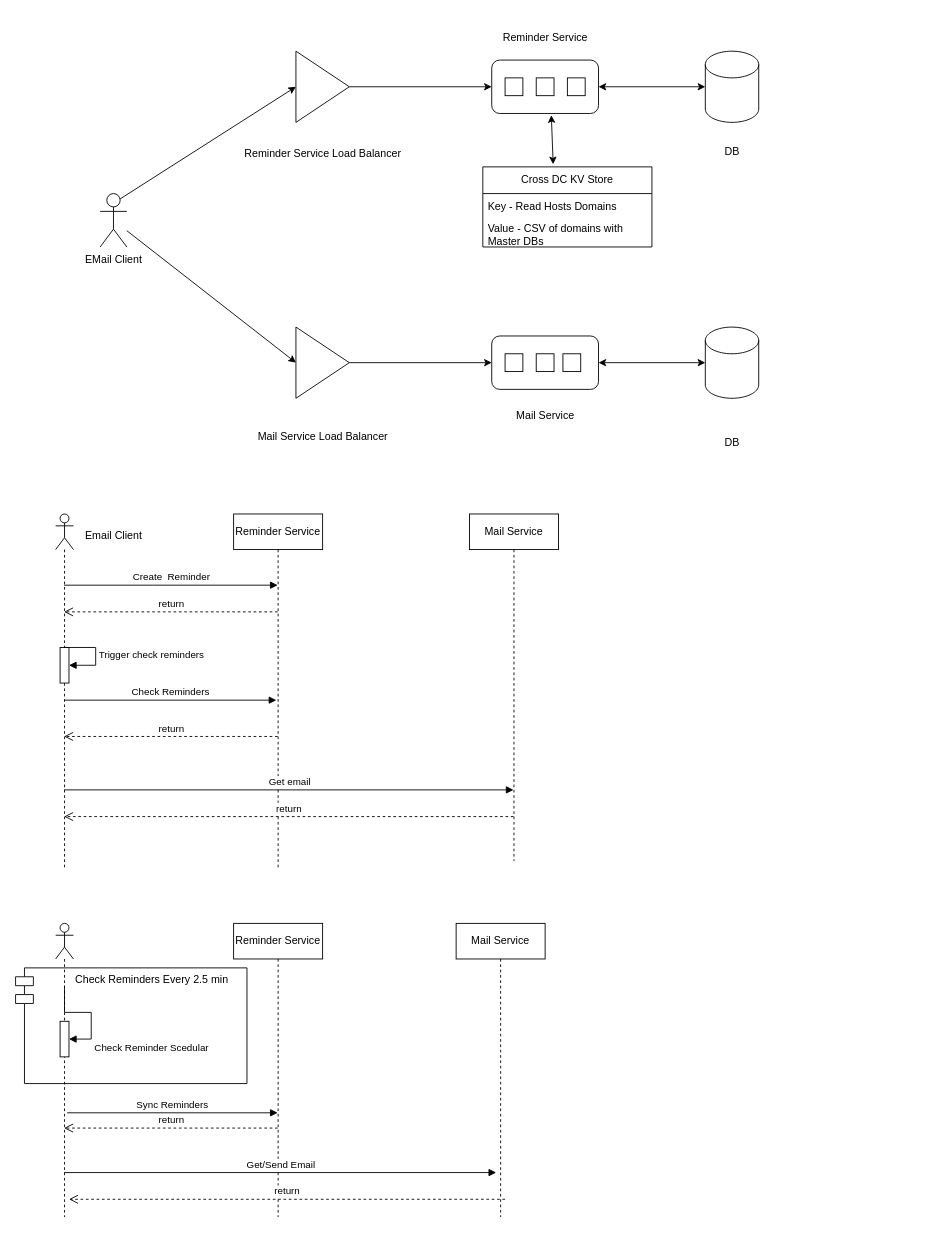
This is Interview/Personio.drawio from ashwiniadlakha/draw_io, a draw.io file, before an edit. Source tidied: cells renumbered, new cells numbered last; positions are measured from the earlier drawing's top-left corner, leaving out a move shared by most shapes. Both pictures are drawn from the tidied source at 89%, with x=0, y=0 at pixel (15, 24).
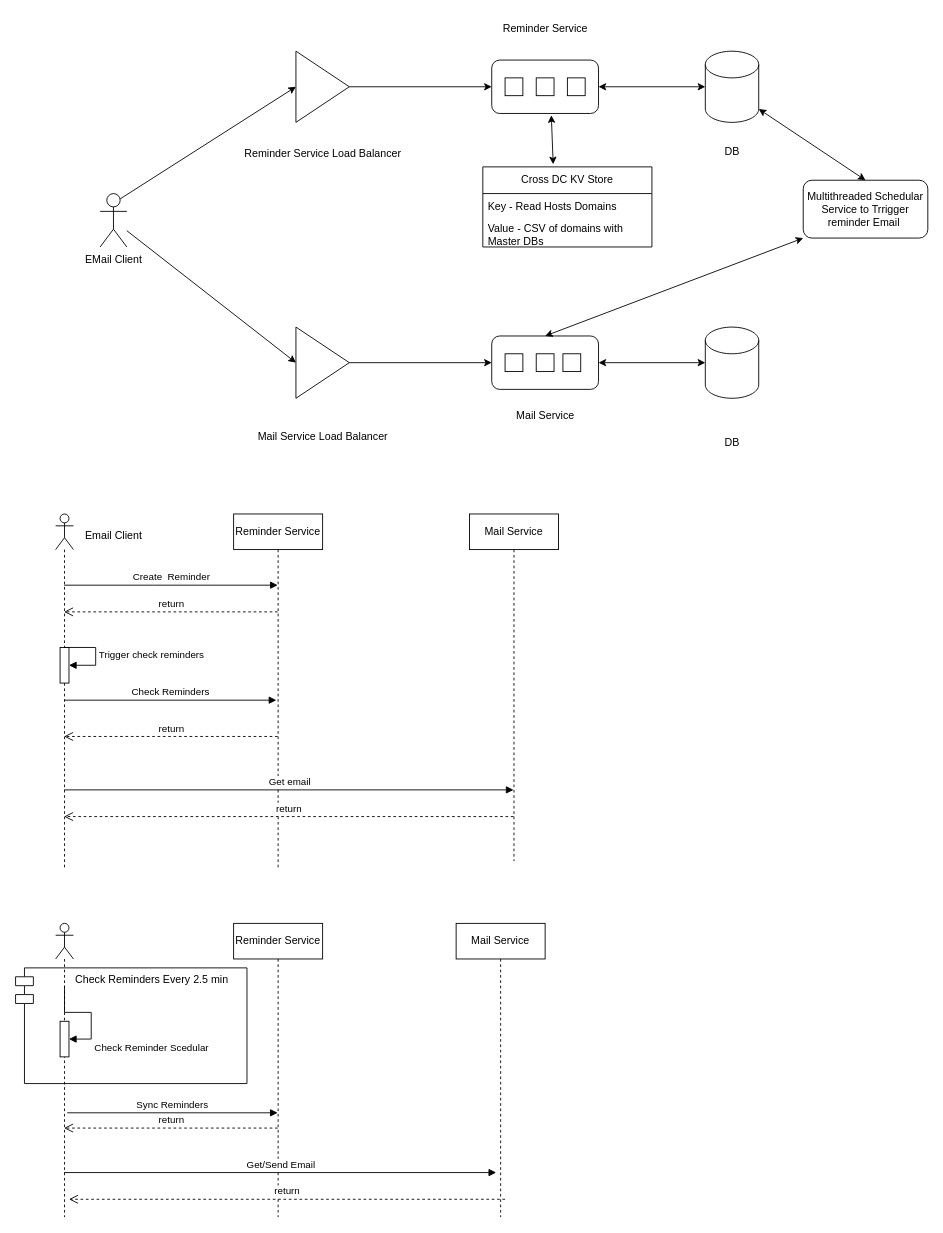
After the change.

The change refers to these unchanged cells:
```xml
<mxCell id="8" style="rounded=1;whiteSpace=wrap;html=1;" parent="1" vertex="1">
  <mxGeometry x="535" y="350" width="120" height="60" as="geometry" />
</mxCell>
<mxCell id="9" style="shape=cylinder3;whiteSpace=wrap;html=1;boundedLbl=1;backgroundOutline=1;size=15;" parent="1" vertex="1">
  <mxGeometry x="775" y="30" width="60" height="80" as="geometry" />
</mxCell>
```

The edit, as a diff of the source:
```diff
@@
     <mxCell id="11" value="Reminder Service" style="text;html=1;align=center;verticalAlign=middle;strokeColor=none;fillColor=none;" parent="1" vertex="1">
-      <mxGeometry x="535" width="120" height="30" as="geometry" />
+      <mxGeometry x="535" y="-10" width="120" height="30" as="geometry" />
     </mxCell>
@@
+    <mxCell id="53" value="Multithreaded Schedular Service to Trrigger reminder Email&amp;nbsp;" style="rounded=1;whiteSpace=wrap;html=1;" parent="1" vertex="1">
+      <mxGeometry x="885" y="175" width="140" height="65" as="geometry" />
+    </mxCell>
+    <mxCell id="54" style="endArrow=classic;startArrow=classic;html=1;rounded=0;entryX=1;entryY=1;entryDx=0;entryDy=-15;entryPerimeter=0;exitX=0.5;exitY=0;exitDx=0;exitDy=0;" parent="1" edge="1" source="53" target="9">
+      <mxGeometry relative="1" as="geometry" />
+    </mxCell>
+    <mxCell id="55" style="endArrow=classic;startArrow=classic;html=1;rounded=0;exitX=0.5;exitY=0;exitDx=0;exitDy=0;entryX=0;entryY=1;entryDx=0;entryDy=0;" parent="1" edge="1" source="8" target="53">
+      <mxGeometry relative="1" as="geometry" />
+    </mxCell>
```
